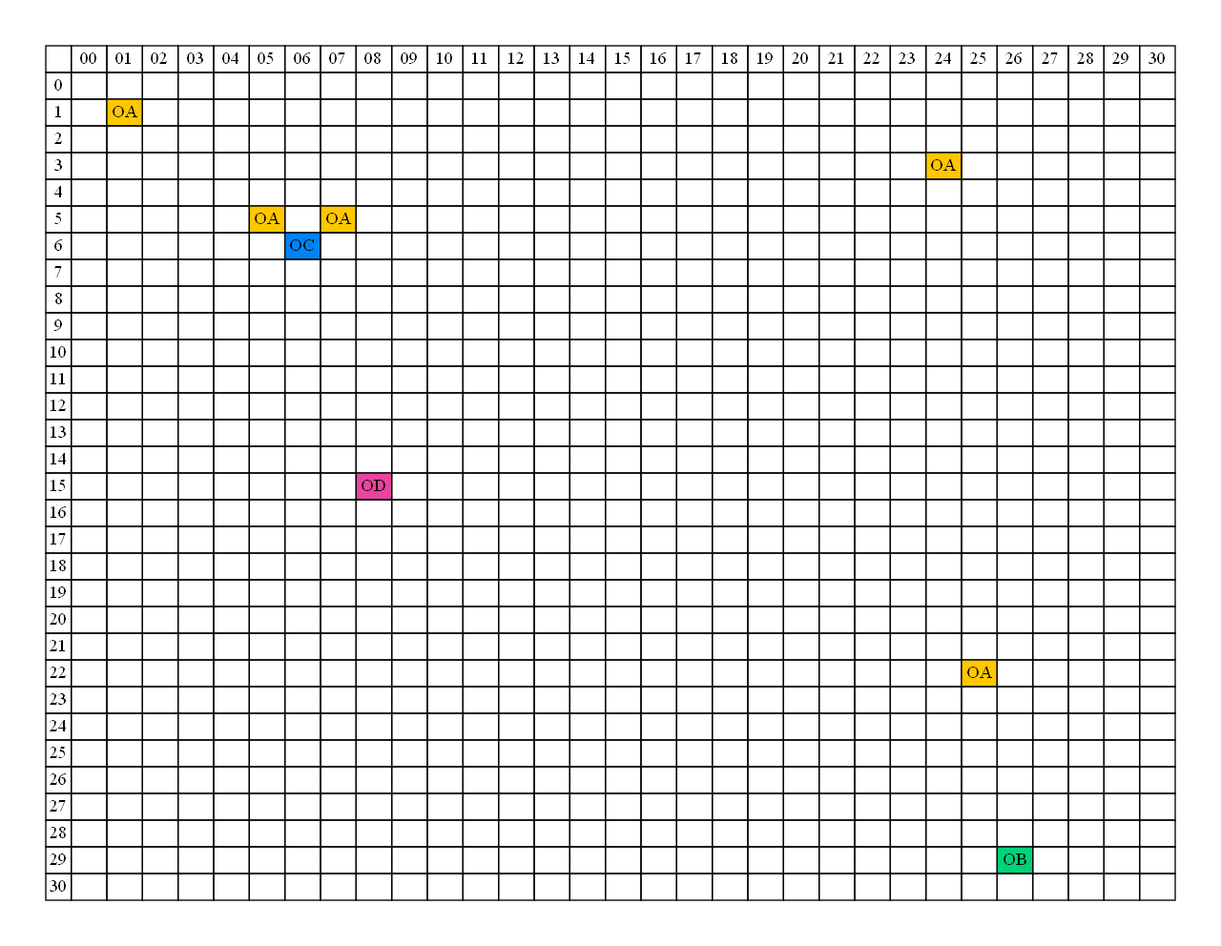
Above: Matriz.png in Juanj098/IPC2_PROYECTO1_201900532- (Graphviz), before the change. Its source is kept beside it as Matriz.dot.
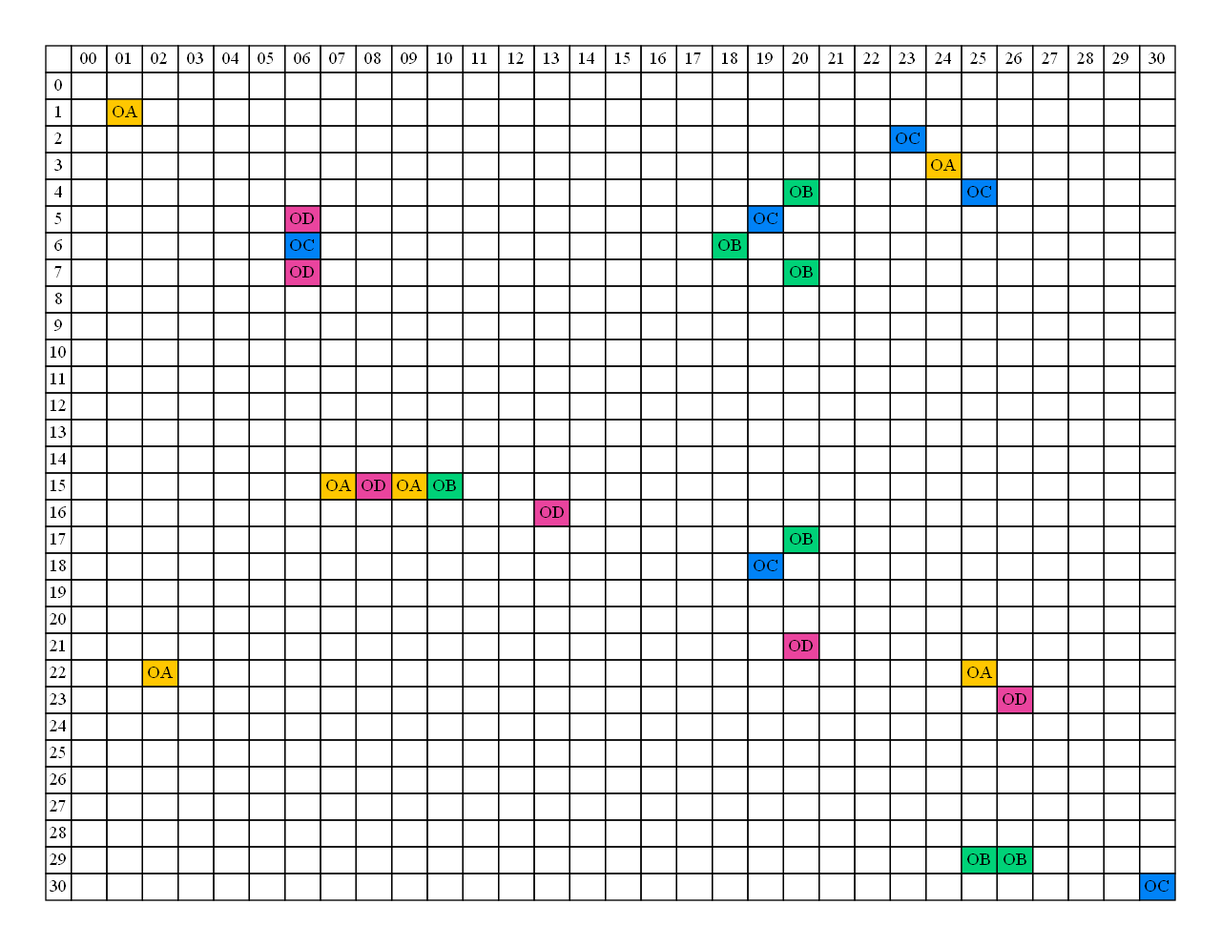
After the commit.

The edit, as a diff of the source:
```diff
@@ -131,7 +131,7 @@
 		<td></td>
 		<td></td>
 		<td></td>
-		<td></td>
+		<td bgcolor= '#0082f7'>OC</td>
 		<td></td>
 		<td></td>
 		<td></td>
@@ -196,12 +196,12 @@
 		<td></td>
 		<td></td>
 		<td></td>
-		<td></td>
-		<td></td>
-		<td></td>
-		<td></td>
-		<td></td>
-		<td></td>
+		<td bgcolor= '#00d278'>OB</td>
+		<td></td>
+		<td></td>
+		<td></td>
+		<td></td>
+		<td bgcolor= '#0082f7'>OC</td>
 		<td></td>
 		<td></td>
 		<td></td>
@@ -215,35 +215,456 @@
 		<td></td>
 		<td></td>
 		<td></td>
+		<td></td>
+		<td bgcolor= '#ea449e'>OD</td>
+		<td></td>
+		<td></td>
+		<td></td>
+		<td></td>
+		<td></td>
+		<td></td>
+		<td></td>
+		<td></td>
+		<td></td>
+		<td></td>
+		<td></td>
+		<td></td>
+		<td bgcolor= '#0082f7'>OC</td>
+		<td></td>
+		<td></td>
+		<td></td>
+		<td></td>
+		<td></td>
+		<td></td>
+		<td></td>
+		<td></td>
+		<td></td>
+		<td></td>
+		<td></td>
+	</tr>
+	<tr>
+		<td>6</td>
+		<td></td>
+		<td></td>
+		<td></td>
+		<td></td>
+		<td></td>
+		<td></td>
+		<td bgcolor= '#0082f7'>OC</td>
+		<td></td>
+		<td></td>
+		<td></td>
+		<td></td>
+		<td></td>
+		<td></td>
+		<td></td>
+		<td></td>
+		<td></td>
+		<td></td>
+		<td></td>
+		<td bgcolor= '#00d278'>OB</td>
+		<td></td>
+		<td></td>
+		<td></td>
+		<td></td>
+		<td></td>
+		<td></td>
+		<td></td>
+		<td></td>
+		<td></td>
+		<td></td>
+		<td></td>
+		<td></td>
+	</tr>
+	<tr>
+		<td>7</td>
+		<td></td>
+		<td></td>
+		<td></td>
+		<td></td>
+		<td></td>
+		<td></td>
+		<td bgcolor= '#ea449e'>OD</td>
+		<td></td>
+		<td></td>
+		<td></td>
+		<td></td>
+		<td></td>
+		<td></td>
+		<td></td>
+		<td></td>
+		<td></td>
+		<td></td>
+		<td></td>
+		<td></td>
+		<td></td>
+		<td bgcolor= '#00d278'>OB</td>
+		<td></td>
+		<td></td>
+		<td></td>
+		<td></td>
+		<td></td>
+		<td></td>
+		<td></td>
+		<td></td>
+		<td></td>
+		<td></td>
+	</tr>
+	<tr>
+		<td>8</td>
+		<td></td>
+		<td></td>
+		<td></td>
+		<td></td>
+		<td></td>
+		<td></td>
+		<td></td>
+		<td></td>
+		<td></td>
+		<td></td>
+		<td></td>
+		<td></td>
+		<td></td>
+		<td></td>
+		<td></td>
+		<td></td>
+		<td></td>
+		<td></td>
+		<td></td>
+		<td></td>
+		<td></td>
+		<td></td>
+		<td></td>
+		<td></td>
+		<td></td>
+		<td></td>
+		<td></td>
+		<td></td>
+		<td></td>
+		<td></td>
+		<td></td>
+	</tr>
+	<tr>
+		<td>9</td>
+		<td></td>
+		<td></td>
+		<td></td>
+		<td></td>
+		<td></td>
+		<td></td>
+		<td></td>
+		<td></td>
+		<td></td>
+		<td></td>
+		<td></td>
+		<td></td>
+		<td></td>
+		<td></td>
+		<td></td>
+		<td></td>
+		<td></td>
+		<td></td>
+		<td></td>
+		<td></td>
+		<td></td>
+		<td></td>
+		<td></td>
+		<td></td>
+		<td></td>
+		<td></td>
+		<td></td>
+		<td></td>
+		<td></td>
+		<td></td>
+		<td></td>
+	</tr>
+	<tr>
+		<td>10</td>
+		<td></td>
+		<td></td>
+		<td></td>
+		<td></td>
+		<td></td>
+		<td></td>
+		<td></td>
+		<td></td>
+		<td></td>
+		<td></td>
+		<td></td>
+		<td></td>
+		<td></td>
+		<td></td>
+		<td></td>
+		<td></td>
+		<td></td>
+		<td></td>
+		<td></td>
+		<td></td>
+		<td></td>
+		<td></td>
+		<td></td>
+		<td></td>
+		<td></td>
+		<td></td>
+		<td></td>
+		<td></td>
+		<td></td>
+		<td></td>
+		<td></td>
+	</tr>
+	<tr>
+		<td>11</td>
+		<td></td>
+		<td></td>
+		<td></td>
+		<td></td>
+		<td></td>
+		<td></td>
+		<td></td>
+		<td></td>
+		<td></td>
+		<td></td>
+		<td></td>
+		<td></td>
+		<td></td>
+		<td></td>
+		<td></td>
+		<td></td>
+		<td></td>
+		<td></td>
+		<td></td>
+		<td></td>
+		<td></td>
+		<td></td>
+		<td></td>
+		<td></td>
+		<td></td>
+		<td></td>
+		<td></td>
+		<td></td>
+		<td></td>
+		<td></td>
+		<td></td>
+	</tr>
+	<tr>
+		<td>12</td>
+		<td></td>
+		<td></td>
+		<td></td>
+		<td></td>
+		<td></td>
+		<td></td>
+		<td></td>
+		<td></td>
+		<td></td>
+		<td></td>
+		<td></td>
+		<td></td>
+		<td></td>
+		<td></td>
+		<td></td>
+		<td></td>
+		<td></td>
+		<td></td>
+		<td></td>
+		<td></td>
+		<td></td>
+		<td></td>
+		<td></td>
+		<td></td>
+		<td></td>
+		<td></td>
+		<td></td>
+		<td></td>
+		<td></td>
+		<td></td>
+		<td></td>
+	</tr>
+	<tr>
+		<td>13</td>
+		<td></td>
+		<td></td>
+		<td></td>
+		<td></td>
+		<td></td>
+		<td></td>
+		<td></td>
+		<td></td>
+		<td></td>
+		<td></td>
+		<td></td>
+		<td></td>
+		<td></td>
+		<td></td>
+		<td></td>
+		<td></td>
+		<td></td>
+		<td></td>
+		<td></td>
+		<td></td>
+		<td></td>
+		<td></td>
+		<td></td>
+		<td></td>
+		<td></td>
+		<td></td>
+		<td></td>
+		<td></td>
+		<td></td>
+		<td></td>
+		<td></td>
+	</tr>
+	<tr>
+		<td>14</td>
+		<td></td>
+		<td></td>
+		<td></td>
+		<td></td>
+		<td></td>
+		<td></td>
+		<td></td>
+		<td></td>
+		<td></td>
+		<td></td>
+		<td></td>
+		<td></td>
+		<td></td>
+		<td></td>
+		<td></td>
+		<td></td>
+		<td></td>
+		<td></td>
+		<td></td>
+		<td></td>
+		<td></td>
+		<td></td>
+		<td></td>
+		<td></td>
+		<td></td>
+		<td></td>
+		<td></td>
+		<td></td>
+		<td></td>
+		<td></td>
+		<td></td>
+	</tr>
+	<tr>
+		<td>15</td>
+		<td></td>
+		<td></td>
+		<td></td>
+		<td></td>
+		<td></td>
+		<td></td>
+		<td></td>
 		<td bgcolor= '#ffc700'>OA</td>
-		<td></td>
+		<td bgcolor= '#ea449e'>OD</td>
 		<td bgcolor= '#ffc700'>OA</td>
-		<td></td>
-		<td></td>
-		<td></td>
-		<td></td>
-		<td></td>
-		<td></td>
-		<td></td>
-		<td></td>
-		<td></td>
-		<td></td>
-		<td></td>
-		<td></td>
-		<td></td>
-		<td></td>
-		<td></td>
-		<td></td>
-		<td></td>
-		<td></td>
-		<td></td>
-		<td></td>
-		<td></td>
-		<td></td>
-		<td></td>
-	</tr>
-	<tr>
-		<td>6</td>
+		<td bgcolor= '#00d278'>OB</td>
+		<td></td>
+		<td></td>
+		<td></td>
+		<td></td>
+		<td></td>
+		<td></td>
+		<td></td>
+		<td></td>
+		<td></td>
+		<td></td>
+		<td></td>
+		<td></td>
+		<td></td>
+		<td></td>
+		<td></td>
+		<td></td>
+		<td></td>
+		<td></td>
+		<td></td>
+		<td></td>
+	</tr>
+	<tr>
+		<td>16</td>
+		<td></td>
+		<td></td>
+		<td></td>
+		<td></td>
+		<td></td>
+		<td></td>
+		<td></td>
+		<td></td>
+		<td></td>
+		<td></td>
+		<td></td>
+		<td></td>
+		<td></td>
+		<td bgcolor= '#ea449e'>OD</td>
+		<td></td>
+		<td></td>
+		<td></td>
+		<td></td>
+		<td></td>
+		<td></td>
+		<td></td>
+		<td></td>
+		<td></td>
+		<td></td>
+		<td></td>
+		<td></td>
+		<td></td>
+		<td></td>
+		<td></td>
+		<td></td>
+		<td></td>
+	</tr>
+	<tr>
+		<td>17</td>
+		<td></td>
+		<td></td>
+		<td></td>
+		<td></td>
+		<td></td>
+		<td></td>
+		<td></td>
+		<td></td>
+		<td></td>
+		<td></td>
+		<td></td>
+		<td></td>
+		<td></td>
+		<td></td>
+		<td></td>
+		<td></td>
+		<td></td>
+		<td></td>
+		<td></td>
+		<td></td>
+		<td bgcolor= '#00d278'>OB</td>
+		<td></td>
+		<td></td>
+		<td></td>
+		<td></td>
+		<td></td>
+		<td></td>
+		<td></td>
+		<td></td>
+		<td></td>
+		<td></td>
+	</tr>
+	<tr>
+		<td>18</td>
+		<td></td>
+		<td></td>
+		<td></td>
+		<td></td>
+		<td></td>
+		<td></td>
+		<td></td>
+		<td></td>
+		<td></td>
+		<td></td>
+		<td></td>
+		<td></td>
+		<td></td>
 		<td></td>
 		<td></td>
 		<td></td>
@@ -262,294 +683,89 @@
 		<td></td>
 		<td></td>
 		<td></td>
-		<td></td>
-		<td></td>
-		<td></td>
-		<td></td>
-		<td></td>
-		<td></td>
-		<td></td>
-		<td></td>
-		<td></td>
-		<td></td>
-		<td></td>
-		<td></td>
-		<td></td>
-	</tr>
-	<tr>
-		<td>7</td>
-		<td></td>
-		<td></td>
-		<td></td>
-		<td></td>
-		<td></td>
-		<td></td>
-		<td></td>
-		<td></td>
-		<td></td>
-		<td></td>
-		<td></td>
-		<td></td>
-		<td></td>
-		<td></td>
-		<td></td>
-		<td></td>
-		<td></td>
-		<td></td>
-		<td></td>
-		<td></td>
-		<td></td>
-		<td></td>
-		<td></td>
-		<td></td>
-		<td></td>
-		<td></td>
-		<td></td>
-		<td></td>
-		<td></td>
-		<td></td>
-		<td></td>
-	</tr>
-	<tr>
-		<td>8</td>
-		<td></td>
-		<td></td>
-		<td></td>
-		<td></td>
-		<td></td>
-		<td></td>
-		<td></td>
-		<td></td>
-		<td></td>
-		<td></td>
-		<td></td>
-		<td></td>
-		<td></td>
-		<td></td>
-		<td></td>
-		<td></td>
-		<td></td>
-		<td></td>
-		<td></td>
-		<td></td>
-		<td></td>
-		<td></td>
-		<td></td>
-		<td></td>
-		<td></td>
-		<td></td>
-		<td></td>
-		<td></td>
-		<td></td>
-		<td></td>
-		<td></td>
-	</tr>
-	<tr>
-		<td>9</td>
-		<td></td>
-		<td></td>
-		<td></td>
-		<td></td>
-		<td></td>
-		<td></td>
-		<td></td>
-		<td></td>
-		<td></td>
-		<td></td>
-		<td></td>
-		<td></td>
-		<td></td>
-		<td></td>
-		<td></td>
-		<td></td>
-		<td></td>
-		<td></td>
-		<td></td>
-		<td></td>
-		<td></td>
-		<td></td>
-		<td></td>
-		<td></td>
-		<td></td>
-		<td></td>
-		<td></td>
-		<td></td>
-		<td></td>
-		<td></td>
-		<td></td>
-	</tr>
-	<tr>
-		<td>10</td>
-		<td></td>
-		<td></td>
-		<td></td>
-		<td></td>
-		<td></td>
-		<td></td>
-		<td></td>
-		<td></td>
-		<td></td>
-		<td></td>
-		<td></td>
-		<td></td>
-		<td></td>
-		<td></td>
-		<td></td>
-		<td></td>
-		<td></td>
-		<td></td>
-		<td></td>
-		<td></td>
-		<td></td>
-		<td></td>
-		<td></td>
-		<td></td>
-		<td></td>
-		<td></td>
-		<td></td>
-		<td></td>
-		<td></td>
-		<td></td>
-		<td></td>
-	</tr>
-	<tr>
-		<td>11</td>
-		<td></td>
-		<td></td>
-		<td></td>
-		<td></td>
-		<td></td>
-		<td></td>
-		<td></td>
-		<td></td>
-		<td></td>
-		<td></td>
-		<td></td>
-		<td></td>
-		<td></td>
-		<td></td>
-		<td></td>
-		<td></td>
-		<td></td>
-		<td></td>
-		<td></td>
-		<td></td>
-		<td></td>
-		<td></td>
-		<td></td>
-		<td></td>
-		<td></td>
-		<td></td>
-		<td></td>
-		<td></td>
-		<td></td>
-		<td></td>
-		<td></td>
-	</tr>
-	<tr>
-		<td>12</td>
-		<td></td>
-		<td></td>
-		<td></td>
-		<td></td>
-		<td></td>
-		<td></td>
-		<td></td>
-		<td></td>
-		<td></td>
-		<td></td>
-		<td></td>
-		<td></td>
-		<td></td>
-		<td></td>
-		<td></td>
-		<td></td>
-		<td></td>
-		<td></td>
-		<td></td>
-		<td></td>
-		<td></td>
-		<td></td>
-		<td></td>
-		<td></td>
-		<td></td>
-		<td></td>
-		<td></td>
-		<td></td>
-		<td></td>
-		<td></td>
-		<td></td>
-	</tr>
-	<tr>
-		<td>13</td>
-		<td></td>
-		<td></td>
-		<td></td>
-		<td></td>
-		<td></td>
-		<td></td>
-		<td></td>
-		<td></td>
-		<td></td>
-		<td></td>
-		<td></td>
-		<td></td>
-		<td></td>
-		<td></td>
-		<td></td>
-		<td></td>
-		<td></td>
-		<td></td>
-		<td></td>
-		<td></td>
-		<td></td>
-		<td></td>
-		<td></td>
-		<td></td>
-		<td></td>
-		<td></td>
-		<td></td>
-		<td></td>
-		<td></td>
-		<td></td>
-		<td></td>
-	</tr>
-	<tr>
-		<td>14</td>
-		<td></td>
-		<td></td>
-		<td></td>
-		<td></td>
-		<td></td>
-		<td></td>
-		<td></td>
-		<td></td>
-		<td></td>
-		<td></td>
-		<td></td>
-		<td></td>
-		<td></td>
-		<td></td>
-		<td></td>
-		<td></td>
-		<td></td>
-		<td></td>
-		<td></td>
-		<td></td>
-		<td></td>
-		<td></td>
-		<td></td>
-		<td></td>
-		<td></td>
-		<td></td>
-		<td></td>
-		<td></td>
-		<td></td>
-		<td></td>
-		<td></td>
-	</tr>
-	<tr>
-		<td>15</td>
+	</tr>
+	<tr>
+		<td>19</td>
+		<td></td>
+		<td></td>
+		<td></td>
+		<td></td>
+		<td></td>
+		<td></td>
+		<td></td>
+		<td></td>
+		<td></td>
+		<td></td>
+		<td></td>
+		<td></td>
+		<td></td>
+		<td></td>
+		<td></td>
+		<td></td>
+		<td></td>
+		<td></td>
+		<td></td>
+		<td></td>
+		<td></td>
+		<td></td>
+		<td></td>
+		<td></td>
+		<td></td>
+		<td></td>
+		<td></td>
+		<td></td>
+		<td></td>
+		<td></td>
+		<td></td>
+	</tr>
+	<tr>
+		<td>20</td>
+		<td></td>
+		<td></td>
+		<td></td>
+		<td></td>
+		<td></td>
+		<td></td>
+		<td></td>
+		<td></td>
+		<td></td>
+		<td></td>
+		<td></td>
+		<td></td>
+		<td></td>
+		<td></td>
+		<td></td>
+		<td></td>
+		<td></td>
+		<td></td>
+		<td></td>
+		<td></td>
+		<td></td>
+		<td></td>
+		<td></td>
+		<td></td>
+		<td></td>
+		<td></td>
+		<td></td>
+		<td></td>
+		<td></td>
+		<td></td>
+		<td></td>
+	</tr>
+	<tr>
+		<td>21</td>
+		<td></td>
+		<td></td>
+		<td></td>
+		<td></td>
+		<td></td>
+		<td></td>
+		<td></td>
+		<td></td>
+		<td></td>
+		<td></td>
+		<td></td>
+		<td></td>
 		<td></td>
 		<td></td>
 		<td></td>
@@ -569,256 +785,40 @@
 		<td></td>
 		<td></td>
 		<td></td>
-		<td></td>
-		<td></td>
-		<td></td>
-		<td></td>
-		<td></td>
-		<td></td>
-		<td></td>
-		<td></td>
-		<td></td>
-		<td></td>
-		<td></td>
-		<td></td>
-	</tr>
-	<tr>
-		<td>16</td>
-		<td></td>
-		<td></td>
-		<td></td>
-		<td></td>
-		<td></td>
-		<td></td>
-		<td></td>
-		<td></td>
-		<td></td>
-		<td></td>
-		<td></td>
-		<td></td>
-		<td></td>
-		<td></td>
-		<td></td>
-		<td></td>
-		<td></td>
-		<td></td>
-		<td></td>
-		<td></td>
-		<td></td>
-		<td></td>
-		<td></td>
-		<td></td>
-		<td></td>
-		<td></td>
-		<td></td>
-		<td></td>
-		<td></td>
-		<td></td>
-		<td></td>
-	</tr>
-	<tr>
-		<td>17</td>
-		<td></td>
-		<td></td>
-		<td></td>
-		<td></td>
-		<td></td>
-		<td></td>
-		<td></td>
-		<td></td>
-		<td></td>
-		<td></td>
-		<td></td>
-		<td></td>
-		<td></td>
-		<td></td>
-		<td></td>
-		<td></td>
-		<td></td>
-		<td></td>
-		<td></td>
-		<td></td>
-		<td></td>
-		<td></td>
-		<td></td>
-		<td></td>
-		<td></td>
-		<td></td>
-		<td></td>
-		<td></td>
-		<td></td>
-		<td></td>
-		<td></td>
-	</tr>
-	<tr>
-		<td>18</td>
-		<td></td>
-		<td></td>
-		<td></td>
-		<td></td>
-		<td></td>
-		<td></td>
-		<td></td>
-		<td></td>
-		<td></td>
-		<td></td>
-		<td></td>
-		<td></td>
-		<td></td>
-		<td></td>
-		<td></td>
-		<td></td>
-		<td></td>
-		<td></td>
-		<td></td>
-		<td></td>
-		<td></td>
-		<td></td>
-		<td></td>
-		<td></td>
-		<td></td>
-		<td></td>
-		<td></td>
-		<td></td>
-		<td></td>
-		<td></td>
-		<td></td>
-	</tr>
-	<tr>
-		<td>19</td>
-		<td></td>
-		<td></td>
-		<td></td>
-		<td></td>
-		<td></td>
-		<td></td>
-		<td></td>
-		<td></td>
-		<td></td>
-		<td></td>
-		<td></td>
-		<td></td>
-		<td></td>
-		<td></td>
-		<td></td>
-		<td></td>
-		<td></td>
-		<td></td>
-		<td></td>
-		<td></td>
-		<td></td>
-		<td></td>
-		<td></td>
-		<td></td>
-		<td></td>
-		<td></td>
-		<td></td>
-		<td></td>
-		<td></td>
-		<td></td>
-		<td></td>
-	</tr>
-	<tr>
-		<td>20</td>
-		<td></td>
-		<td></td>
-		<td></td>
-		<td></td>
-		<td></td>
-		<td></td>
-		<td></td>
-		<td></td>
-		<td></td>
-		<td></td>
-		<td></td>
-		<td></td>
-		<td></td>
-		<td></td>
-		<td></td>
-		<td></td>
-		<td></td>
-		<td></td>
-		<td></td>
-		<td></td>
-		<td></td>
-		<td></td>
-		<td></td>
-		<td></td>
-		<td></td>
-		<td></td>
-		<td></td>
-		<td></td>
-		<td></td>
-		<td></td>
-		<td></td>
-	</tr>
-	<tr>
-		<td>21</td>
-		<td></td>
-		<td></td>
-		<td></td>
-		<td></td>
-		<td></td>
-		<td></td>
-		<td></td>
-		<td></td>
-		<td></td>
-		<td></td>
-		<td></td>
-		<td></td>
-		<td></td>
-		<td></td>
-		<td></td>
-		<td></td>
-		<td></td>
-		<td></td>
-		<td></td>
-		<td></td>
-		<td></td>
-		<td></td>
-		<td></td>
-		<td></td>
-		<td></td>
-		<td></td>
-		<td></td>
-		<td></td>
-		<td></td>
-		<td></td>
-		<td></td>
 	</tr>
 	<tr>
 		<td>22</td>
 		<td></td>
 		<td></td>
-		<td></td>
-		<td></td>
-		<td></td>
-		<td></td>
-		<td></td>
-		<td></td>
-		<td></td>
-		<td></td>
-		<td></td>
-		<td></td>
-		<td></td>
-		<td></td>
-		<td></td>
-		<td></td>
-		<td></td>
-		<td></td>
-		<td></td>
-		<td></td>
-		<td></td>
-		<td></td>
-		<td></td>
-		<td></td>
-		<td></td>
 		<td bgcolor= '#ffc700'>OA</td>
 		<td></td>
 		<td></td>
 		<td></td>
 		<td></td>
 		<td></td>
+		<td></td>
+		<td></td>
+		<td></td>
+		<td></td>
+		<td></td>
+		<td></td>
+		<td></td>
+		<td></td>
+		<td></td>
+		<td></td>
+		<td></td>
+		<td></td>
+		<td></td>
+		<td></td>
+		<td></td>
+		<td></td>
+		<td></td>
+		<td bgcolor= '#ffc700'>OA</td>
+		<td></td>
+		<td></td>
+		<td></td>
+		<td></td>
+		<td></td>
 	</tr>
 	<tr>
 		<td>23</td>
@@ -848,7 +848,7 @@
 		<td></td>
 		<td></td>
 		<td></td>
-		<td></td>
+		<td bgcolor= '#ea449e'>OD</td>
 		<td></td>
 		<td></td>
 		<td></td>
@@ -1051,8 +1051,8 @@
 		<td></td>
 		<td></td>
 		<td></td>
-		<td></td>
 		<td bgcolor= '#00d278'>OB</td>
+		<td bgcolor= '#00d278'>OB</td>
 		<td></td>
 		<td></td>
 		<td></td>
@@ -1090,7 +1090,7 @@
 		<td></td>
 		<td></td>
 		<td></td>
-		<td></td>
+		<td bgcolor= '#0082f7'>OC</td>
 	</tr>
 	</table>>];
 }
```
